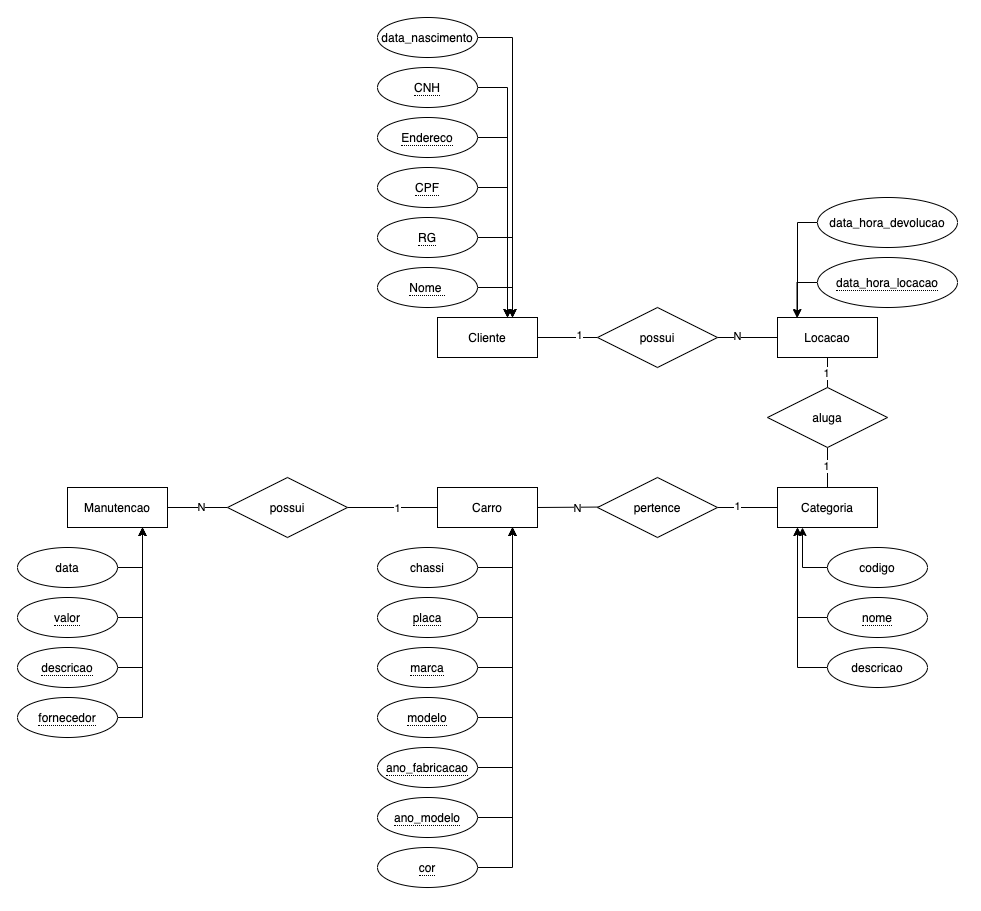
Above: 4.Locadora de Veiculos/MER_locadora_veiculos.png in abnerfilipe/AdministracaoOrganizacaoDeBancoDeDados (draw.io), before the change. Source tidied: cells renumbered, new cells last; positions are measured from the earlier drawing's top-left corner, leaving out a move shared by most shapes.
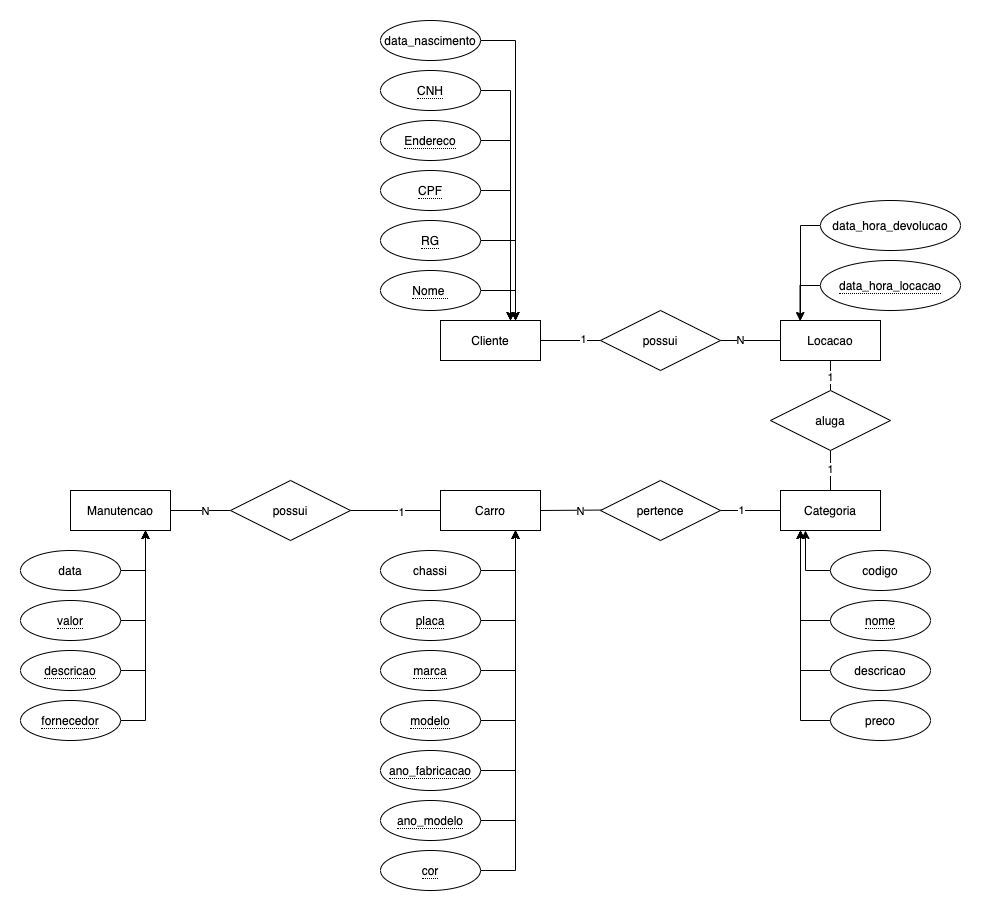
After the commit.

Commit message:
Criado o sql para a locadora de veiculos e modificado o MER

Change to the diagram source:
```diff
@@ -221,5 +221,13 @@
     <mxCell id="70" value="possui" style="shape=rhombus;perimeter=rhombusPerimeter;whiteSpace=wrap;html=1;align=center;" parent="1" vertex="1">
       <mxGeometry x="210" y="460" width="120" height="60" as="geometry" />
     </mxCell>
+    <mxCell id="71" style="edgeStyle=orthogonalEdgeStyle;rounded=0;jettySize=auto;html=1;exitX=0;exitY=0.5;exitDx=0;exitDy=0;" parent="1" edge="1" source="72">
+      <mxGeometry relative="1" as="geometry">
+        <mxPoint x="780" y="510" as="targetPoint" />
+      </mxGeometry>
+    </mxCell>
+    <mxCell id="72" value="preco" style="ellipse;whiteSpace=wrap;html=1;align=center;" parent="1" vertex="1">
+      <mxGeometry x="810" y="680" width="100" height="40" as="geometry" />
+    </mxCell>
   </root>
 </mxGraphModel>
```
